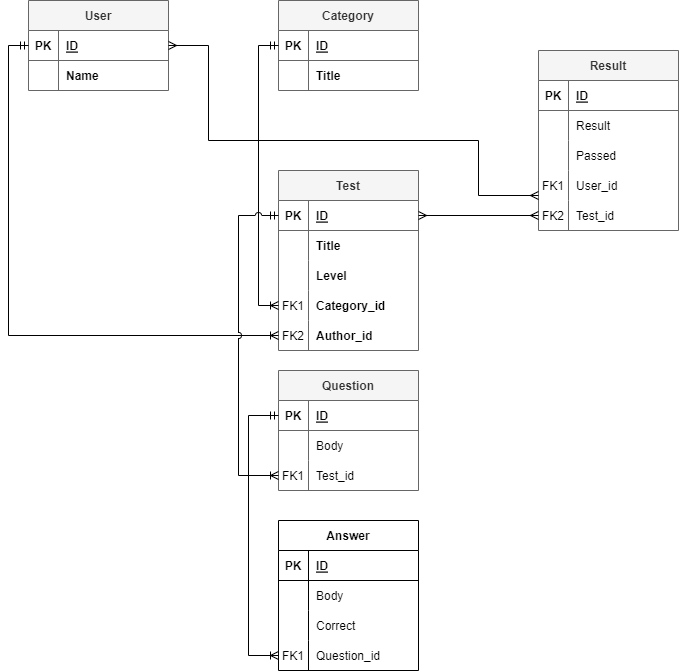
Above: test-guru.wiki/er1.drawio.png in slydevruby/test-guru (draw.io), before the change. Source tidied: cells renumbered, new cells last; positions are measured from the earlier drawing's top-left corner, leaving out a move shared by most shapes.
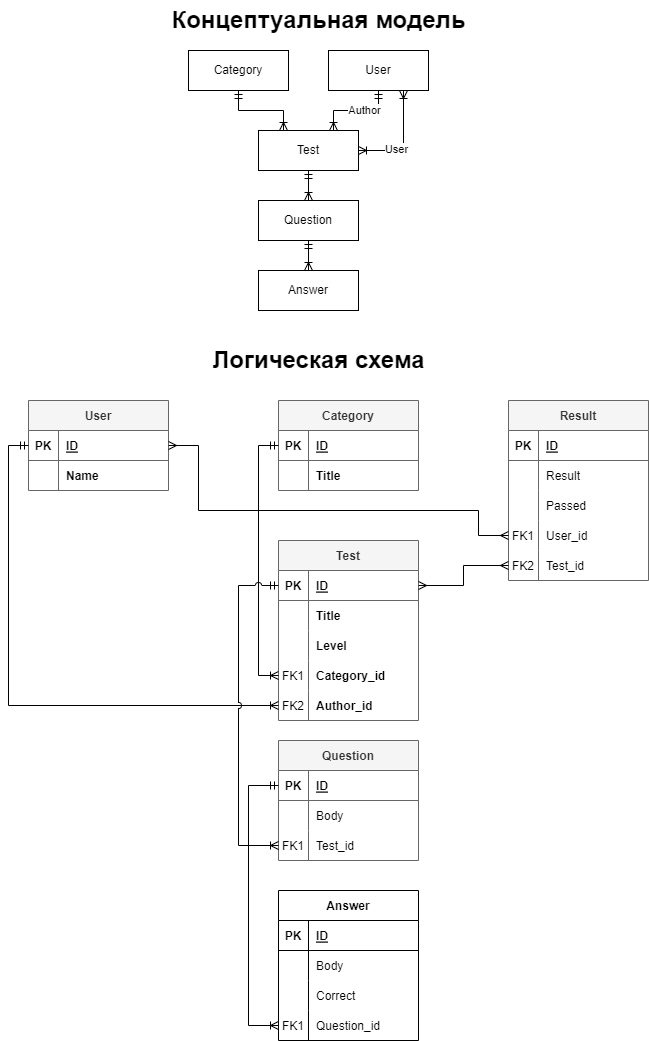
After the commit.

The edit, as a diff of the source:
```diff
@@ -3,7 +3,7 @@
     <mxCell id="0" />
     <mxCell id="1" parent="0" />
     <mxCell id="2" value="Category" style="shape=table;startSize=30;rowLines=0;fontStyle=1;align=center;fillColor=#f5f5f5;fontColor=#333333;strokeColor=#666666;" parent="1" vertex="1">
-      <mxGeometry x="250" width="140" height="90" as="geometry" />
+      <mxGeometry x="330" y="380" width="140" height="90" as="geometry" />
     </mxCell>
     <mxCell id="3" style="shape=tableRow;horizontal=0;startSize=0;swimlaneHead=0;swimlaneBody=0;fillColor=none;points=[[0,0.5],[1,0.5]];portConstraint=eastwest;strokeColor=inherit;top=0;left=0;right=0;bottom=1;" parent="2" vertex="1">
       <mxGeometry y="30" width="140" height="30" as="geometry" />
@@ -24,7 +24,7 @@
       <mxGeometry x="30" width="110" height="30" as="geometry" />
     </mxCell>
     <mxCell id="9" value="User" style="shape=table;startSize=30;rowLines=0;fontStyle=1;align=center;fillColor=#f5f5f5;strokeColor=#666666;fontColor=#333333;" parent="1" vertex="1">
-      <mxGeometry width="140" height="90" as="geometry" />
+      <mxGeometry x="80" y="380" width="140" height="90" as="geometry" />
     </mxCell>
     <mxCell id="10" style="shape=tableRow;horizontal=0;startSize=0;swimlaneHead=0;swimlaneBody=0;fillColor=none;points=[[0,0.5],[1,0.5]];portConstraint=eastwest;strokeColor=inherit;top=0;left=0;right=0;bottom=1;" parent="9" vertex="1">
       <mxGeometry y="30" width="140" height="30" as="geometry" />
@@ -45,7 +45,7 @@
       <mxGeometry x="30" width="110" height="30" as="geometry" />
     </mxCell>
     <mxCell id="16" value="Test" style="shape=table;startSize=30;rowLines=0;fontStyle=1;align=center;fillColor=#f5f5f5;fontColor=#333333;strokeColor=#666666;" parent="1" vertex="1">
-      <mxGeometry x="250" y="170" width="140" height="180" as="geometry" />
+      <mxGeometry x="330" y="520" width="140" height="180" as="geometry" />
     </mxCell>
     <mxCell id="17" style="shape=tableRow;horizontal=0;startSize=0;swimlaneHead=0;swimlaneBody=0;fillColor=none;points=[[0,0.5],[1,0.5]];portConstraint=eastwest;strokeColor=inherit;top=0;left=0;right=0;bottom=1;" parent="16" vertex="1">
       <mxGeometry y="30" width="140" height="30" as="geometry" />
@@ -93,7 +93,7 @@
       <mxGeometry x="30" width="110" height="30" as="geometry" />
     </mxCell>
     <mxCell id="32" value="Question" style="shape=table;startSize=30;rowLines=0;fontStyle=1;align=center;fillColor=#f5f5f5;fontColor=#333333;strokeColor=#666666;" parent="1" vertex="1">
-      <mxGeometry x="250" y="370" width="140" height="120" as="geometry" />
+      <mxGeometry x="330" y="720" width="140" height="120" as="geometry" />
     </mxCell>
     <mxCell id="33" style="shape=tableRow;horizontal=0;startSize=0;swimlaneHead=0;swimlaneBody=0;fillColor=none;points=[[0,0.5],[1,0.5]];portConstraint=eastwest;strokeColor=inherit;top=0;left=0;right=0;bottom=1;" parent="32" vertex="1">
       <mxGeometry y="30" width="140" height="30" as="geometry" />
@@ -123,7 +123,7 @@
       <mxGeometry x="30" width="110" height="30" as="geometry" />
     </mxCell>
     <mxCell id="42" value="Answer" style="shape=table;startSize=30;rowLines=0;fontStyle=1;align=center;" parent="1" vertex="1">
-      <mxGeometry x="250" y="520" width="140" height="150" as="geometry" />
+      <mxGeometry x="330" y="870" width="140" height="150" as="geometry" />
     </mxCell>
     <mxCell id="43" style="shape=tableRow;horizontal=0;startSize=0;swimlaneHead=0;swimlaneBody=0;fillColor=none;strokeColor=inherit;top=0;left=0;right=0;bottom=1;" parent="42" vertex="1">
       <mxGeometry y="30" width="140" height="30" as="geometry" />
@@ -162,7 +162,7 @@
       <mxGeometry x="30" width="110" height="30" as="geometry" />
     </mxCell>
     <mxCell id="55" value="Result" style="shape=table;startSize=30;rowLines=0;fontStyle=1;align=center;fillColor=#f5f5f5;fontColor=#333333;strokeColor=#666666;" parent="1" vertex="1">
-      <mxGeometry x="510" y="50" width="140" height="180" as="geometry" />
+      <mxGeometry x="560" y="380" width="140" height="180" as="geometry" />
     </mxCell>
     <mxCell id="56" style="shape=tableRow;horizontal=0;startSize=0;swimlaneHead=0;swimlaneBody=0;fillColor=none;strokeColor=inherit;top=0;left=0;right=0;bottom=1;" parent="55" vertex="1">
       <mxGeometry y="30" width="140" height="30" as="geometry" />
@@ -218,31 +218,75 @@
     <mxCell id="73" style="edgeStyle=orthogonalEdgeStyle;rounded=0;jettySize=auto;html=1;exitX=0;exitY=0.5;exitDx=0;exitDy=0;entryX=0;entryY=0.5;entryDx=0;entryDy=0;startArrow=ERmandOne;startFill=0;endArrow=ERoneToMany;endFill=0;jumpStyle=arc;" parent="1" edge="1" source="17" target="39">
       <mxGeometry relative="1" as="geometry">
         <Array as="points">
-          <mxPoint x="210" y="215" />
-          <mxPoint x="210" y="475" />
+          <mxPoint x="290" y="565" />
+          <mxPoint x="290" y="825" />
         </Array>
       </mxGeometry>
     </mxCell>
     <mxCell id="74" style="edgeStyle=orthogonalEdgeStyle;rounded=0;jettySize=auto;html=1;exitX=0;exitY=0.5;exitDx=0;exitDy=0;entryX=0;entryY=0.5;entryDx=0;entryDy=0;startArrow=ERmandOne;startFill=0;endArrow=ERoneToMany;endFill=0;" parent="1" edge="1" source="33" target="52">
       <mxGeometry relative="1" as="geometry">
         <Array as="points">
-          <mxPoint x="220" y="415" />
-          <mxPoint x="220" y="655" />
+          <mxPoint x="300" y="765" />
+          <mxPoint x="300" y="1005" />
         </Array>
       </mxGeometry>
     </mxCell>
-    <mxCell id="75" style="edgeStyle=orthogonalEdgeStyle;rounded=0;jettySize=auto;html=1;exitX=1;exitY=0.5;exitDx=0;exitDy=0;startArrow=ERmany;startFill=0;endArrow=ERmany;endFill=0;" parent="1" edge="1" source="10" target="65">
+    <mxCell id="75" style="edgeStyle=orthogonalEdgeStyle;rounded=0;jettySize=auto;html=1;exitX=1;exitY=0.5;exitDx=0;exitDy=0;startArrow=ERmany;startFill=0;endArrow=ERmany;endFill=0;entryX=0;entryY=0.5;entryDx=0;entryDy=0;" parent="1" edge="1" source="10" target="65">
       <mxGeometry relative="1" as="geometry">
         <Array as="points">
-          <mxPoint x="180" y="45" />
-          <mxPoint x="180" y="140" />
-          <mxPoint x="450" y="140" />
-          <mxPoint x="450" y="195" />
+          <mxPoint x="250" y="425" />
+          <mxPoint x="250" y="490" />
+          <mxPoint x="530" y="490" />
+          <mxPoint x="530" y="515" />
         </Array>
       </mxGeometry>
     </mxCell>
     <mxCell id="76" style="edgeStyle=orthogonalEdgeStyle;rounded=0;jettySize=auto;html=1;exitX=0;exitY=0.5;exitDx=0;exitDy=0;entryX=1;entryY=0.5;entryDx=0;entryDy=0;startArrow=ERmany;startFill=0;endArrow=ERmany;endFill=0;" parent="1" edge="1" source="68" target="17">
       <mxGeometry relative="1" as="geometry" />
     </mxCell>
+    <mxCell id="77" style="edgeStyle=orthogonalEdgeStyle;rounded=0;jettySize=auto;html=1;entryX=0.25;entryY=0;entryDx=0;entryDy=0;startArrow=ERmandOne;startFill=0;endArrow=ERoneToMany;endFill=0;" parent="1" edge="1" source="78" target="80">
+      <mxGeometry relative="1" as="geometry" />
+    </mxCell>
+    <mxCell id="78" value="Category" style="whiteSpace=wrap;html=1;align=center;" parent="1" vertex="1">
+      <mxGeometry x="240" y="30" width="100" height="40" as="geometry" />
+    </mxCell>
+    <mxCell id="79" style="edgeStyle=orthogonalEdgeStyle;rounded=0;jettySize=auto;html=1;exitX=0.5;exitY=1;exitDx=0;exitDy=0;entryX=0.5;entryY=0;entryDx=0;entryDy=0;startArrow=ERmandOne;startFill=0;endArrow=ERoneToMany;endFill=0;" parent="1" edge="1" source="80" target="87">
+      <mxGeometry relative="1" as="geometry" />
+    </mxCell>
+    <mxCell id="80" value="Test" style="whiteSpace=wrap;html=1;align=center;" parent="1" vertex="1">
+      <mxGeometry x="310" y="110" width="100" height="40" as="geometry" />
+    </mxCell>
+    <mxCell id="81" style="edgeStyle=orthogonalEdgeStyle;rounded=0;jettySize=auto;html=1;entryX=0.75;entryY=0;entryDx=0;entryDy=0;startArrow=ERmandOne;startFill=0;endArrow=ERoneToMany;endFill=0;" parent="1" edge="1" source="85" target="80">
+      <mxGeometry relative="1" as="geometry" />
+    </mxCell>
+    <mxCell id="82" value="Author" style="edgeLabel;html=1;align=center;verticalAlign=middle;" parent="81" vertex="1">
+      <mxGeometry x="-0.2" relative="1" as="geometry" />
+    </mxCell>
+    <mxCell id="83" style="edgeStyle=orthogonalEdgeStyle;rounded=0;jettySize=auto;html=1;exitX=0.75;exitY=1;exitDx=0;exitDy=0;entryX=1;entryY=0.5;entryDx=0;entryDy=0;startArrow=ERoneToMany;startFill=0;endArrow=ERoneToMany;endFill=0;" parent="1" edge="1" source="85" target="80">
+      <mxGeometry relative="1" as="geometry" />
+    </mxCell>
+    <mxCell id="84" value="User" style="edgeLabel;html=1;align=center;verticalAlign=middle;" parent="83" vertex="1">
+      <mxGeometry x="0.29" relative="1" as="geometry">
+        <mxPoint y="-1" as="offset" />
+      </mxGeometry>
+    </mxCell>
+    <mxCell id="85" value="User" style="whiteSpace=wrap;html=1;align=center;" parent="1" vertex="1">
+      <mxGeometry x="380" y="30" width="100" height="40" as="geometry" />
+    </mxCell>
+    <mxCell id="86" style="edgeStyle=orthogonalEdgeStyle;rounded=0;jettySize=auto;html=1;exitX=0.5;exitY=1;exitDx=0;exitDy=0;entryX=0.5;entryY=0;entryDx=0;entryDy=0;startArrow=ERmandOne;startFill=0;endArrow=ERoneToMany;endFill=0;" parent="1" edge="1" source="87" target="88">
+      <mxGeometry relative="1" as="geometry" />
+    </mxCell>
+    <mxCell id="87" value="Question" style="whiteSpace=wrap;html=1;align=center;" parent="1" vertex="1">
+      <mxGeometry x="310" y="180" width="100" height="40" as="geometry" />
+    </mxCell>
+    <mxCell id="88" value="Answer" style="whiteSpace=wrap;html=1;align=center;" parent="1" vertex="1">
+      <mxGeometry x="310" y="250" width="100" height="40" as="geometry" />
+    </mxCell>
+    <mxCell id="89" value="Концептуальная модель" style="text;strokeColor=none;fillColor=none;html=1;fontSize=24;fontStyle=1;verticalAlign=middle;align=center;" parent="1" vertex="1">
+      <mxGeometry x="320" y="-20" width="100" height="40" as="geometry" />
+    </mxCell>
+    <mxCell id="90" value="Логическая схема" style="text;strokeColor=none;fillColor=none;html=1;fontSize=24;fontStyle=1;verticalAlign=middle;align=center;" parent="1" vertex="1">
+      <mxGeometry x="320" y="320" width="100" height="40" as="geometry" />
+    </mxCell>
   </root>
 </mxGraphModel>
```
